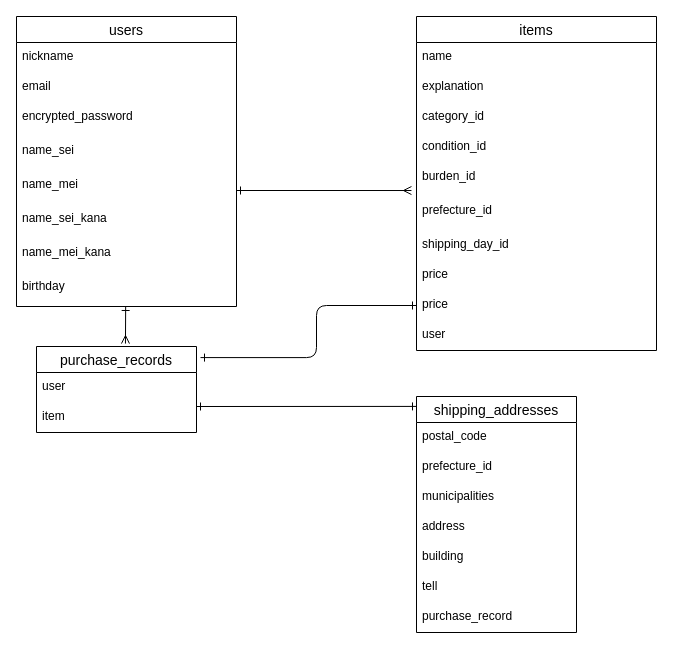
Before: ER.dio in kazuhiro-na/furima-37427, a draw.io diagram. Source tidied: cells renumbered, new cells numbered last; positions are measured from the earlier drawing's top-left corner, leaving out a move shared by most shapes. Both pictures are drawn from the tidied source at 100%, with x=0, y=0 at pixel (16, 16).
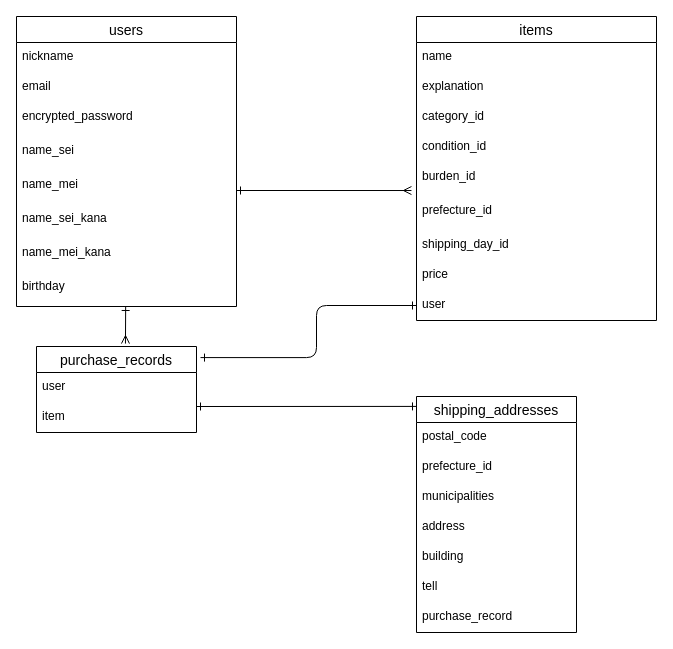
After the change.

Unchanged cells that the change refers to:
```xml
<mxCell id="24" value="purchase_records" style="swimlane;fontStyle=0;horizontal=1;startSize=26;align=center;fontSize=14;" parent="1" vertex="1">
  <mxGeometry x="20" y="330" width="160" height="86" as="geometry" />
</mxCell>
```

What changed in the source:
```diff
@@
     <mxCell id="12" value="items" style="swimlane;fontStyle=0;horizontal=1;startSize=26;align=center;fontSize=14;" parent="1" vertex="1">
-      <mxGeometry x="400" width="240" height="334" as="geometry" />
+      <mxGeometry x="400" width="240" height="304" as="geometry" />
     </mxCell>
@@
-    <mxCell id="21" value="price" style="text;strokeColor=none;fillColor=none;spacingLeft=4;spacingRight=4;overflow=hidden;points=[[0,0.5],[1,0.5]];portConstraint=eastwest;fontSize=12;" parent="12" vertex="1">
-      <mxGeometry y="274" width="240" height="30" as="geometry" />
-    </mxCell>
     <mxCell id="22" value="user" style="text;strokeColor=none;fillColor=none;spacingLeft=4;spacingRight=4;overflow=hidden;fontSize=12;" parent="12" vertex="1">
-      <mxGeometry y="304" width="240" height="30" as="geometry" />
+      <mxGeometry y="274" width="240" height="30" as="geometry" />
     </mxCell>
@@
-    <mxCell id="35" style="edgeStyle=orthogonalEdgeStyle;rounded=1;html=1;entryX=1.025;entryY=0.129;entryDx=0;entryDy=0;entryPerimeter=0;startArrow=ERone;startFill=0;endArrow=ERone;endFill=0;exitX=0;exitY=0.5;exitDx=0;exitDy=0;" parent="1" edge="1" source="21" target="24">
+    <mxCell id="35" style="edgeStyle=orthogonalEdgeStyle;rounded=1;html=1;entryX=1.025;entryY=0.129;entryDx=0;entryDy=0;entryPerimeter=0;startArrow=ERone;startFill=0;endArrow=ERone;endFill=0;exitX=0;exitY=0.5;exitDx=0;exitDy=0;" parent="1" edge="1" target="24">
       <mxGeometry relative="1" as="geometry">
+        <mxPoint x="400" y="289" as="sourcePoint" />
         <Array as="points">
           <mxPoint x="300" y="289" />
           <mxPoint x="300" y="341" />
         </Array>
       </mxGeometry>
     </mxCell>
```
